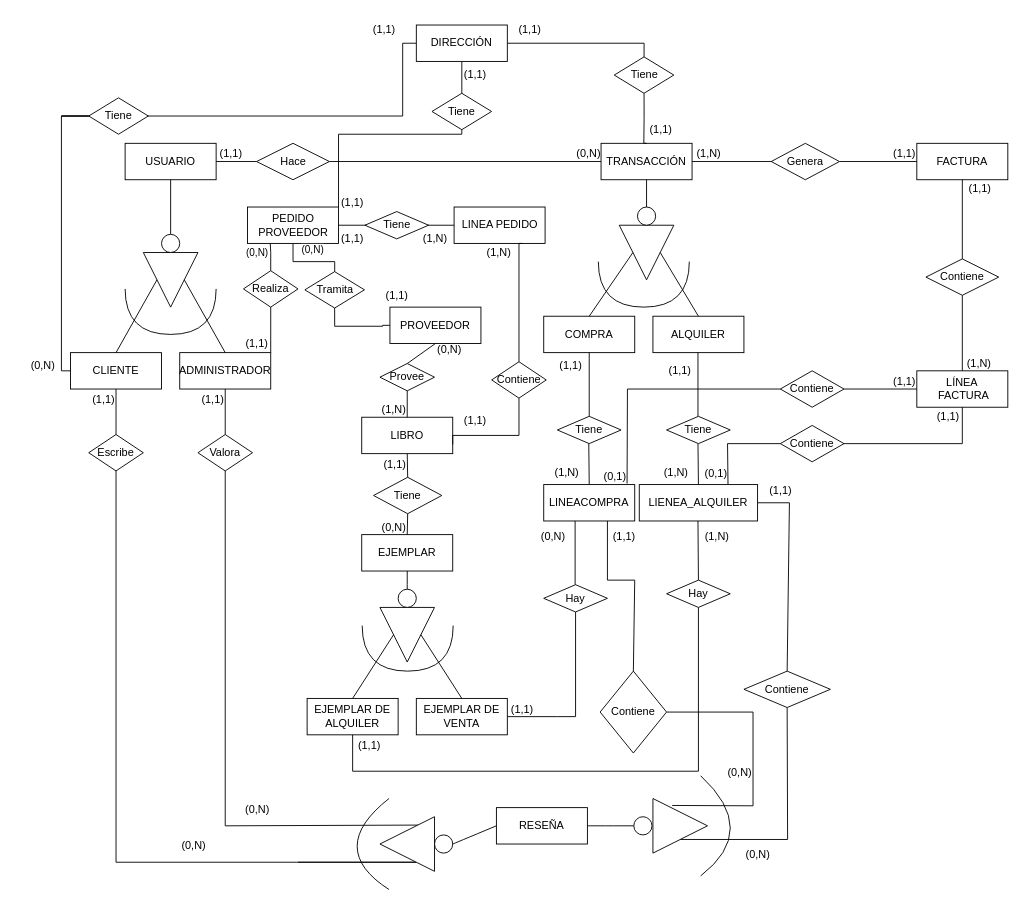
Earlier version of the draw.io diagram Diagrama sin título.drawio (ImAlex28/draw.io). Source tidied: cells renumbered, new cells numbered last; positions are measured from the earlier drawing's top-left corner, leaving out a move shared by most shapes. Both pictures are drawn from the tidied source at 91%, with x=0, y=0 at pixel (15, 15).
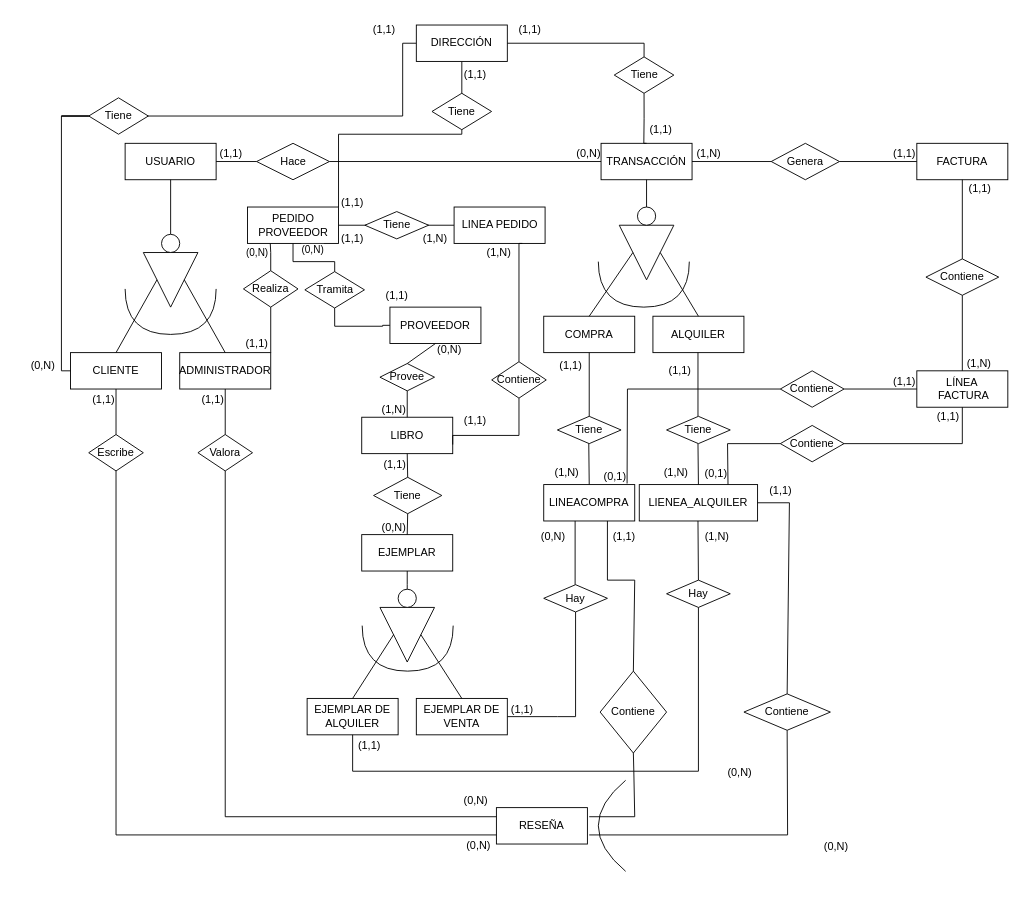
Above is the later version.

The change refers to these unchanged cells:
```xml
<mxCell id="6" value="RESEÑA" style="whiteSpace=wrap;html=1;align=center;" parent="1" vertex="1">
  <mxGeometry x="528" y="870" width="100" height="40" as="geometry" />
</mxCell>
<mxCell id="32" value="Escribe" style="shape=rhombus;perimeter=rhombusPerimeter;whiteSpace=wrap;html=1;align=center;" parent="1" vertex="1">
  <mxGeometry x="80" y="460" width="60" height="40" as="geometry" />
</mxCell>
<mxCell id="33" value="Valora" style="shape=rhombus;perimeter=rhombusPerimeter;whiteSpace=wrap;html=1;align=center;" parent="1" vertex="1">
  <mxGeometry x="200" y="460" width="60" height="40" as="geometry" />
</mxCell>
<mxCell id="105" value="Contiene" style="shape=rhombus;perimeter=rhombusPerimeter;whiteSpace=wrap;html=1;align=center;" parent="1" vertex="1">
  <mxGeometry x="642" y="720" width="73" height="90" as="geometry" />
</mxCell>
```

Change to the diagram source:
```diff
@@
-    <mxCell id="36" style="endArrow=none;html=1;rounded=0;exitX=0.5;exitY=1;exitDx=0;exitDy=0;" parent="1" edge="1" source="32">
+    <mxCell id="36" style="endArrow=none;html=1;rounded=0;exitX=0.5;exitY=1;exitDx=0;exitDy=0;entryX=0;entryY=0.75;entryDx=0;entryDy=0;" parent="1" edge="1" source="32" target="6">
       <mxGeometry relative="1" as="geometry">
-        <mxPoint x="310" y="930" as="targetPoint" />
         <Array as="points">
-          <mxPoint x="110" y="930" />
-          <mxPoint x="440" y="930" />
+          <mxPoint x="110" y="900" />
         </Array>
       </mxGeometry>
     </mxCell>
     <mxCell id="37" value="(0,N)" style="html=1;whiteSpace=wrap;align=right;verticalAlign=bottom;" parent="36" vertex="1">
       <mxGeometry x="1" relative="1" as="geometry">
-        <mxPoint x="-100" y="-10" as="offset" />
+        <mxPoint x="-5" y="20" as="offset" />
       </mxGeometry>
     </mxCell>
-    <mxCell id="38" style="endArrow=none;html=1;rounded=0;exitX=0.5;exitY=1;exitDx=0;exitDy=0;entryX=0.3;entryY=0.847;entryDx=0;entryDy=0;entryPerimeter=0;" parent="1" edge="1" source="33" target="145">
+    <mxCell id="38" style="endArrow=none;html=1;rounded=0;exitX=0.5;exitY=1;exitDx=0;exitDy=0;entryX=0;entryY=0.25;entryDx=0;entryDy=0;" parent="1" edge="1" source="33" target="6">
       <mxGeometry relative="1" as="geometry">
         <Array as="points">
-          <mxPoint x="230" y="890" />
+          <mxPoint x="230" y="880" />
         </Array>
       </mxGeometry>
     </mxCell>
     <mxCell id="39" value="(0,N)" style="html=1;whiteSpace=wrap;align=right;verticalAlign=bottom;" parent="38" vertex="1">
       <mxGeometry x="1" relative="1" as="geometry">
-        <mxPoint x="-162" y="-9" as="offset" />
+        <mxPoint x="-8" y="-9" as="offset" />
       </mxGeometry>
     </mxCell>
@@
-    <mxCell id="43" style="endArrow=none;html=1;rounded=0;exitX=0.5;exitY=1;exitDx=0;exitDy=0;entryX=0.5;entryY=1;entryDx=0;entryDy=0;" parent="1" edge="1" source="106" target="150">
+    <mxCell id="43" style="endArrow=none;html=1;rounded=0;exitX=0.5;exitY=1;exitDx=0;exitDy=0;" parent="1" edge="1" source="106">
       <mxGeometry relative="1" as="geometry">
+        <mxPoint x="630" y="900" as="targetPoint" />
         <Array as="points">
-          <mxPoint x="848" y="905" />
+          <mxPoint x="848" y="900" />
         </Array>
       </mxGeometry>
     </mxCell>
@@
-    <mxCell id="104" style="endArrow=none;html=1;rounded=0;entryX=1;entryY=0.5;entryDx=0;entryDy=0;exitX=0.353;exitY=0.127;exitDx=0;exitDy=0;exitPerimeter=0;" parent="1" edge="1" source="150" target="105">
+    <mxCell id="104" style="endArrow=none;html=1;rounded=0;entryX=0.5;entryY=1;entryDx=0;entryDy=0;" parent="1" edge="1" target="105">
       <mxGeometry relative="1" as="geometry">
+        <mxPoint x="630" y="880" as="sourcePoint" />
         <Array as="points">
-          <mxPoint x="810" y="868" />
-          <mxPoint x="810" y="830" />
-          <mxPoint x="810" y="765" />
+          <mxPoint x="680" y="880" />
+          <mxPoint x="679" y="830" />
         </Array>
       </mxGeometry>
     </mxCell>
@@
     <mxCell id="106" value="Contiene" style="shape=rhombus;perimeter=rhombusPerimeter;whiteSpace=wrap;html=1;align=center;" parent="1" vertex="1">
-      <mxGeometry x="800" y="720" width="95" height="40" as="geometry" />
+      <mxGeometry x="800" y="745" width="95" height="40" as="geometry" />
     </mxCell>
@@
-    <mxCell id="145" style="triangle;whiteSpace=wrap;html=1;rotation=90;direction=south;" parent="1" vertex="1">
-      <mxGeometry x="400" y="880" width="60" height="60" as="geometry" />
-    </mxCell>
@@
-    <mxCell id="147" style="ellipse;whiteSpace=wrap;html=1;" parent="1" vertex="1">
-      <mxGeometry x="460" y="900" width="20" height="20" as="geometry" />
-    </mxCell>
-    <mxCell id="148" style="endArrow=none;html=1;rounded=0;curved=1;exitX=1;exitY=0.5;exitDx=0;exitDy=0;entryX=0;entryY=0.5;entryDx=0;entryDy=0;" parent="1" edge="1" source="147" target="6">
-      <mxGeometry relative="1" as="geometry" />
-    </mxCell>
-    <mxCell id="149" style="endArrow=none;html=1;rounded=0;curved=1;" parent="1" edge="1">
-      <mxGeometry relative="1" as="geometry">
-        <mxPoint x="410" y="960" as="sourcePoint" />
-        <mxPoint x="410" y="860" as="targetPoint" />
-        <Array as="points">
-          <mxPoint x="340" y="915" />
-        </Array>
-      </mxGeometry>
-    </mxCell>
-    <mxCell id="150" style="triangle;whiteSpace=wrap;html=1;rotation=90;direction=north;" parent="1" vertex="1">
-      <mxGeometry x="700" y="860" width="60" height="60" as="geometry" />
-    </mxCell>
-    <mxCell id="151" style="ellipse;whiteSpace=wrap;html=1;" parent="1" vertex="1">
-      <mxGeometry x="679" y="880" width="20" height="20" as="geometry" />
-    </mxCell>
-    <mxCell id="152" style="endArrow=none;html=1;rounded=0;curved=1;exitX=1;exitY=0.5;exitDx=0;exitDy=0;entryX=0;entryY=0.5;entryDx=0;entryDy=0;" parent="1" edge="1" source="6" target="151">
-      <mxGeometry relative="1" as="geometry" />
-    </mxCell>
-    <mxCell id="153" style="endArrow=none;html=1;rounded=0;curved=1;" parent="1" edge="1">
-      <mxGeometry relative="1" as="geometry">
-        <mxPoint x="752.5" y="945" as="sourcePoint" />
-        <mxPoint x="752.5" y="835" as="targetPoint" />
-        <Array as="points">
-          <mxPoint x="817.5" y="895" />
-        </Array>
-      </mxGeometry>
-    </mxCell>
@@
+    <mxCell id="155" style="curved=1;endArrow=none;html=1;rounded=0;startFill=0;" parent="1" edge="1">
+      <mxGeometry relative="1" as="geometry">
+        <mxPoint x="670" y="940" as="sourcePoint" />
+        <mxPoint x="670" y="840" as="targetPoint" />
+        <Array as="points">
+          <mxPoint x="610" y="890" />
+        </Array>
+      </mxGeometry>
+    </mxCell>
```
